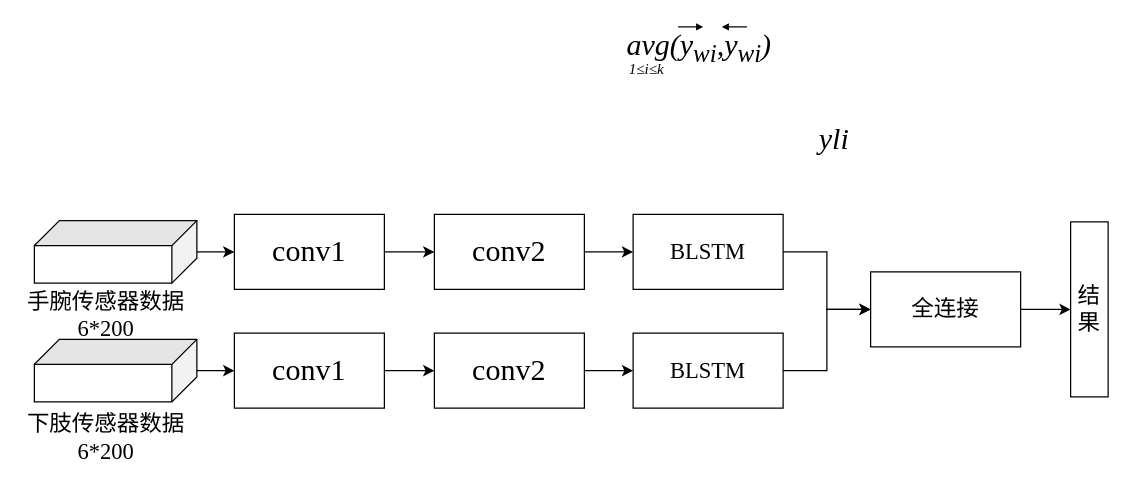
Before: 分离流程图.drawio in ByronGe/ff, a draw.io diagram. Source tidied: cells renumbered, new cells numbered last; positions are measured from the earlier drawing's top-left corner, leaving out a move shared by most shapes. Both pictures are drawn from the tidied source at 125%, with x=0, y=0 at pixel (21, 26).
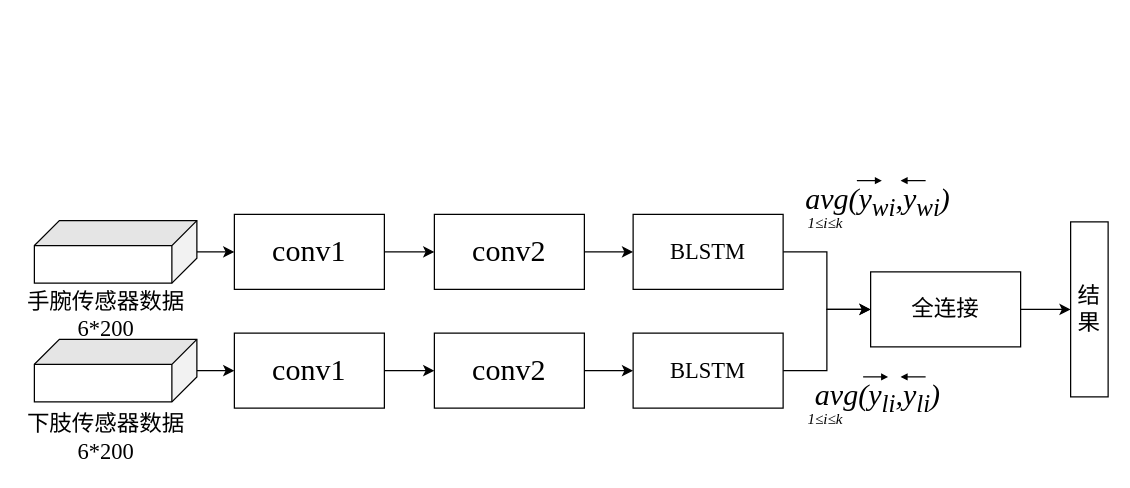
The same diagram, later.

Commit message:
Update 分离流程图.drawio

Diff of the diagram source:
```diff
@@
-    <mxCell id="23" value="&lt;i style=&quot;font-size: 24px&quot;&gt;y&lt;span&gt;li&lt;/span&gt;&lt;/i&gt;" style="text;html=1;strokeColor=none;fillColor=none;align=center;verticalAlign=middle;whiteSpace=wrap;rounded=0;fontFamily=Times New Roman;fontSize=18;" parent="1" vertex="1">
-      <mxGeometry x="630" y="80" width="40" height="20" as="geometry" />
-    </mxCell>
     <mxCell id="24" value="&lt;p style=&quot;line-height: 0%&quot;&gt;&lt;i style=&quot;font-size: 24px&quot;&gt;avg(y&lt;sub&gt;wi&lt;/sub&gt;,&lt;/i&gt;&lt;i style=&quot;font-size: 24px&quot;&gt;y&lt;sub&gt;wi&lt;/sub&gt;&lt;/i&gt;&lt;i style=&quot;font-size: 24px&quot;&gt;)&lt;/i&gt;&lt;/p&gt;&lt;p style=&quot;line-height: 70%&quot;&gt;&lt;i style=&quot;font-size: 24px&quot;&gt;&lt;br&gt;&lt;/i&gt;&lt;/p&gt;" style="text;html=1;strokeColor=none;fillColor=none;align=center;verticalAlign=middle;whiteSpace=wrap;rounded=0;fontFamily=Times New Roman;fontSize=18;" parent="1" vertex="1">
-      <mxGeometry x="457" y="33" width="170" as="geometry" />
+      <mxGeometry x="600" y="156" width="170" as="geometry" />
     </mxCell>
     <mxCell id="25" style="endArrow=block;html=1;endFill=1;endSize=3;startSize=1;" parent="1" edge="1">
       <mxGeometry relative="1" as="geometry">
-        <mxPoint x="525" as="sourcePoint" />
-        <mxPoint x="545" as="targetPoint" />
+        <mxPoint x="668" y="123" as="sourcePoint" />
+        <mxPoint x="688" y="123" as="targetPoint" />
       </mxGeometry>
     </mxCell>
     <mxCell id="26" value="&lt;font face=&quot;Times New Roman&quot;&gt;&lt;i&gt;1≤i≤k&lt;/i&gt;&lt;/font&gt;" style="text;html=1;" parent="1" vertex="1">
-      <mxGeometry x="484" y="20" width="40" height="10" as="geometry" />
+      <mxGeometry x="627" y="143" width="40" height="10" as="geometry" />
     </mxCell>
     <mxCell id="27" style="endArrow=block;html=1;endFill=1;endSize=3;startSize=1;" parent="1" edge="1">
       <mxGeometry relative="1" as="geometry">
-        <mxPoint x="580" as="sourcePoint" />
-        <mxPoint x="560" as="targetPoint" />
+        <mxPoint x="723" y="123" as="sourcePoint" />
+        <mxPoint x="703" y="123" as="targetPoint" />
       </mxGeometry>
     </mxCell>
+    <mxCell id="28" value="&lt;p style=&quot;line-height: 0%&quot;&gt;&lt;i style=&quot;font-size: 24px&quot;&gt;avg(y&lt;sub&gt;li&lt;/sub&gt;,&lt;/i&gt;&lt;i style=&quot;font-size: 24px&quot;&gt;y&lt;sub&gt;li&lt;/sub&gt;&lt;/i&gt;&lt;i style=&quot;font-size: 24px&quot;&gt;)&lt;/i&gt;&lt;/p&gt;&lt;p style=&quot;line-height: 70%&quot;&gt;&lt;i style=&quot;font-size: 24px&quot;&gt;&lt;br&gt;&lt;/i&gt;&lt;/p&gt;" style="text;html=1;strokeColor=none;fillColor=none;align=center;verticalAlign=middle;whiteSpace=wrap;rounded=0;fontFamily=Times New Roman;fontSize=18;" parent="1" vertex="1">
+      <mxGeometry x="600" y="313" width="170" as="geometry" />
+    </mxCell>
+    <mxCell id="29" style="endArrow=block;html=1;endFill=1;endSize=3;startSize=1;" parent="1" edge="1">
+      <mxGeometry relative="1" as="geometry">
+        <mxPoint x="673" y="280" as="sourcePoint" />
+        <mxPoint x="693" y="280" as="targetPoint" />
+      </mxGeometry>
+    </mxCell>
+    <mxCell id="30" value="&lt;font face=&quot;Times New Roman&quot;&gt;&lt;i&gt;1≤i≤k&lt;/i&gt;&lt;/font&gt;" style="text;html=1;" parent="1" vertex="1">
+      <mxGeometry x="627" y="300" width="40" height="10" as="geometry" />
+    </mxCell>
+    <mxCell id="31" style="endArrow=block;html=1;endFill=1;endSize=3;startSize=1;" parent="1" edge="1">
+      <mxGeometry relative="1" as="geometry">
+        <mxPoint x="723" y="280" as="sourcePoint" />
+        <mxPoint x="703" y="280" as="targetPoint" />
+      </mxGeometry>
+    </mxCell>
```
